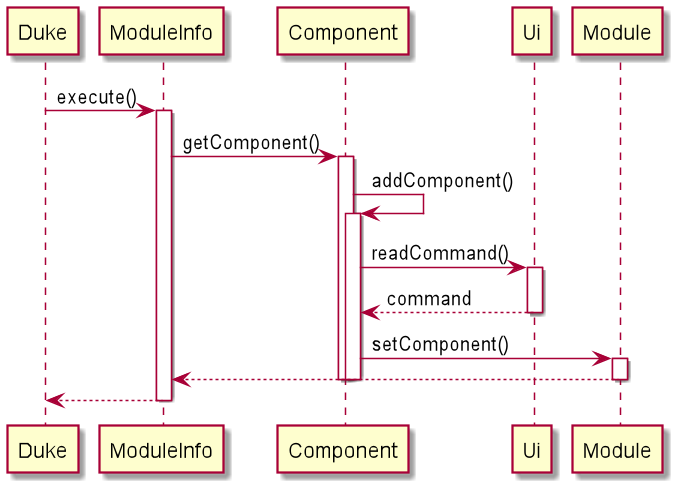
Before: docs/diagrams/moduleInfo/addComponent.png, a diagram exported from PlantUML (nus-cs2113-AY2021S2/tp).
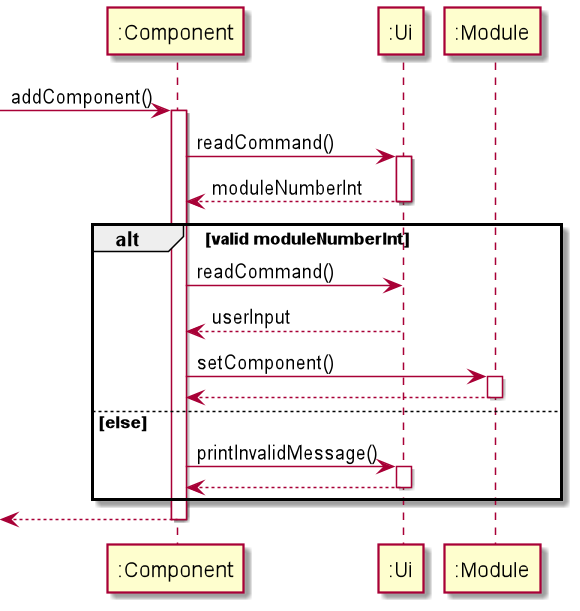
After the commit.

Commit message:
fix DG info and diagrams.

What changed in the source:
```diff
@@ -1,22 +1,25 @@
 @startuml
-participant Duke
-Duke -> ModuleInfo : execute()
-activate ModuleInfo
-ModuleInfo -> Component : getComponent()
-activate Component
-Component -> Component : addComponent()
-activate Component
-Component -> Ui : readCommand()
-activate Ui
-Ui --> Component : command
-deactivate Ui
+-> ":Component" : addComponent()
+activate ":Component"
 
-Component -> Module : setComponent()
-activate Module
-Module --> ModuleInfo
-deactivate Module
-deactivate Component
-deactivate Component
 
+":Component" -> ":Ui" : readCommand()
+activate ":Ui"
+":Ui" --> ":Component" : moduleNumberInt
+deactivate ":Ui"
+
+alt valid moduleNumberInt
+":Component" -> ":Ui" : readCommand()
+":Ui" --> ":Component" : userInput
+":Component" -> ":Module" : setComponent()
+
+activate ":Module"
+return
+
+else else
+":Component" -> ":Ui" : printInvalidMessage()
+activate ":Ui"
+return
+end
 return
 @enduml
```
